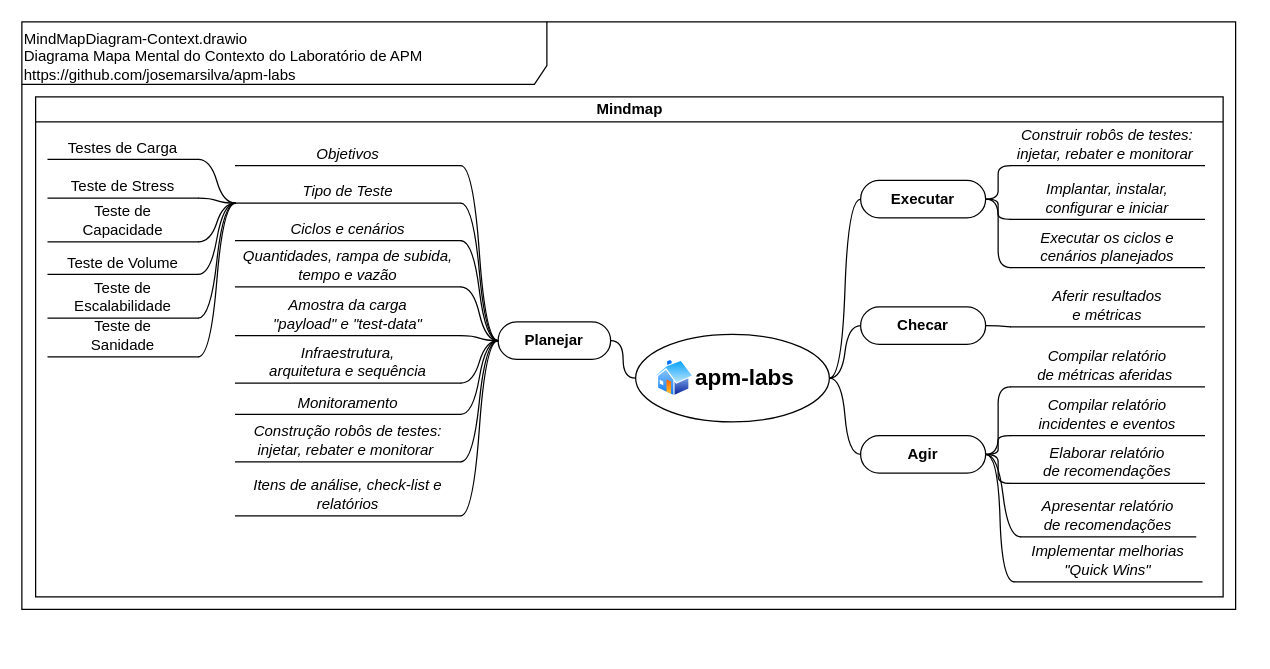
The draw.io diagram doc/MindMapDiagram-Context.drawio in josemarsilva/apm-labs, before the edit. Source tidied: cells renumbered, new cells numbered last; positions are measured from the earlier drawing's top-left corner, leaving out a move shared by most shapes. Both pictures are drawn from the tidied source at 125%, with x=0, y=0 at pixel (21, 21).
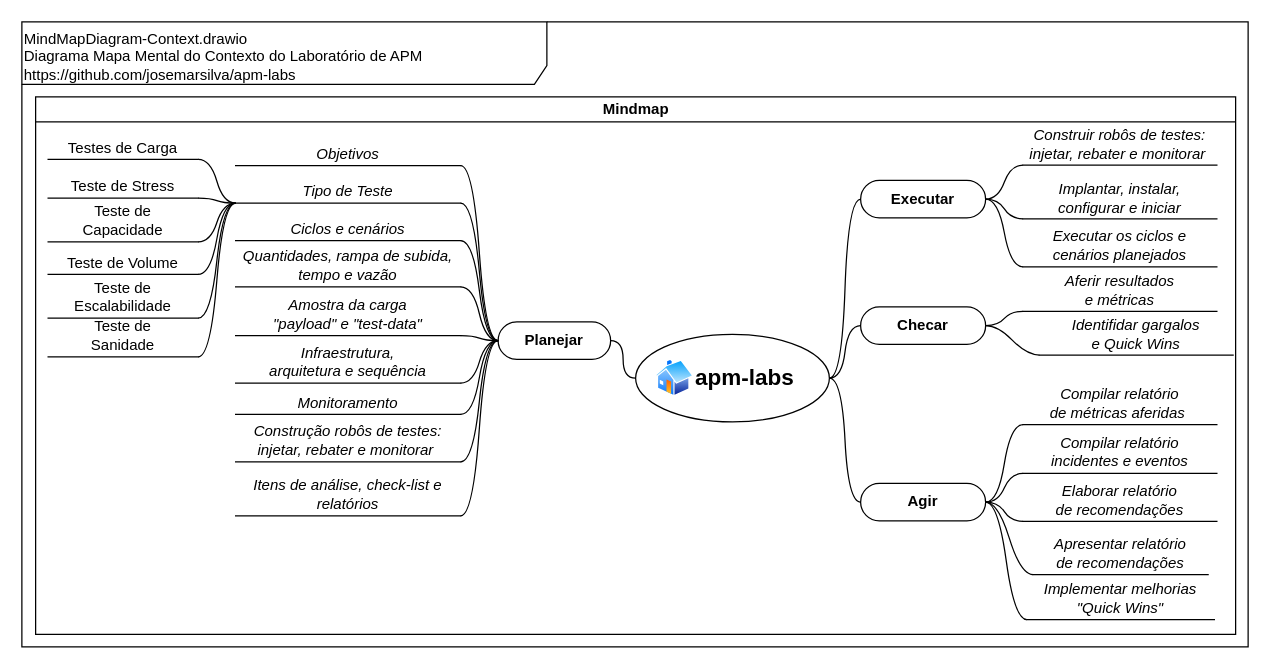
The same page after the edit.

The change refers to these unchanged cells:
```xml
<mxCell id="14" value="Checar" style="whiteSpace=wrap;html=1;rounded=1;arcSize=50;align=center;verticalAlign=middle;strokeWidth=1;spacing=4;newEdgeStyle={&quot;edgeStyle&quot;:&quot;entityRelationEdgeStyle&quot;,&quot;startArrow&quot;:&quot;none&quot;,&quot;endArrow&quot;:&quot;none&quot;,&quot;segment&quot;:10,&quot;curved&quot;:1};fontStyle=1;" parent="1" vertex="1">
  <mxGeometry x="671" y="228" width="100" height="30" as="geometry" />
</mxCell>
```

The edit, as a diff of the source:
```diff
@@
     <mxCell id="2" value="&lt;div&gt;&lt;/div&gt;MindMapDiagram-Context.drawio&lt;br&gt;Diagrama Mapa Mental do Contexto do Laboratório de APM&lt;br&gt;https://github.com/josemarsilva/apm-labs" style="shape=umlFrame;whiteSpace=wrap;html=1;width=420;height=50;verticalAlign=top;align=left;" parent="1" vertex="1">
-      <mxGeometry width="971" height="470" as="geometry" />
+      <mxGeometry width="981" height="500" as="geometry" />
     </mxCell>
     <mxCell id="3" value="Mindmap" style="swimlane;html=1;startSize=20;horizontal=1;containerType=tree;" parent="1" vertex="1">
-      <mxGeometry x="11" y="60" width="950" height="400" as="geometry" />
+      <mxGeometry x="11" y="60" width="960" height="430" as="geometry" />
     </mxCell>
@@
     <mxCell id="9" value="&lt;span style=&quot;font-style: italic&quot;&gt;Construir robôs de testes:&lt;/span&gt;&lt;br style=&quot;font-style: italic&quot;&gt;&lt;span style=&quot;font-style: italic&quot;&gt;injetar, rebater e monitorar&amp;nbsp;&lt;/span&gt;" style="whiteSpace=wrap;html=1;shape=partialRectangle;top=0;left=0;bottom=1;right=0;points=[[0,1],[1,1]];fillColor=none;align=center;verticalAlign=bottom;routingCenterY=0.5;snapToPoint=1;newEdgeStyle={&quot;edgeStyle&quot;:&quot;entityRelationEdgeStyle&quot;,&quot;startArrow&quot;:&quot;none&quot;,&quot;endArrow&quot;:&quot;none&quot;,&quot;segment&quot;:10,&quot;curved&quot;:1};" parent="1" vertex="1">
-      <mxGeometry x="791" y="85" width="155" height="30" as="geometry" />
+      <mxGeometry x="801" y="84.5" width="155" height="30" as="geometry" />
     </mxCell>
@@
     <mxCell id="15" value="Agir" style="whiteSpace=wrap;html=1;rounded=1;arcSize=50;align=center;verticalAlign=middle;strokeWidth=1;spacing=4;newEdgeStyle={&quot;edgeStyle&quot;:&quot;entityRelationEdgeStyle&quot;,&quot;startArrow&quot;:&quot;none&quot;,&quot;endArrow&quot;:&quot;none&quot;,&quot;segment&quot;:10,&quot;curved&quot;:1};fontStyle=1;" parent="1" vertex="1">
-      <mxGeometry x="671" y="331" width="100" height="30" as="geometry" />
+      <mxGeometry x="671" y="369.2" width="100" height="30" as="geometry" />
     </mxCell>
@@
     <mxCell id="31" value="Implantar, instalar,&lt;br&gt;configurar e iniciar" style="whiteSpace=wrap;html=1;shape=partialRectangle;top=0;left=0;bottom=1;right=0;points=[[0,1],[1,1]];fillColor=none;align=center;verticalAlign=bottom;routingCenterY=0.5;snapToPoint=1;newEdgeStyle={&quot;edgeStyle&quot;:&quot;entityRelationEdgeStyle&quot;,&quot;startArrow&quot;:&quot;none&quot;,&quot;endArrow&quot;:&quot;none&quot;,&quot;segment&quot;:10,&quot;curved&quot;:1};fontStyle=2;" parent="1" vertex="1">
-      <mxGeometry x="791" y="128" width="155" height="30" as="geometry" />
+      <mxGeometry x="801" y="127.5" width="155" height="30" as="geometry" />
     </mxCell>
@@
     <mxCell id="44" value="Compilar relatório &lt;br&gt;de métricas aferidas&amp;nbsp;" style="whiteSpace=wrap;html=1;shape=partialRectangle;top=0;left=0;bottom=1;right=0;points=[[0,1],[1,1]];fillColor=none;align=center;verticalAlign=bottom;routingCenterY=0.5;snapToPoint=1;newEdgeStyle={&quot;edgeStyle&quot;:&quot;entityRelationEdgeStyle&quot;,&quot;startArrow&quot;:&quot;none&quot;,&quot;endArrow&quot;:&quot;none&quot;,&quot;segment&quot;:10,&quot;curved&quot;:1};fontStyle=2;" parent="1" vertex="1">
-      <mxGeometry x="791" y="262" width="155" height="30" as="geometry" />
+      <mxGeometry x="801" y="292.2" width="155" height="30" as="geometry" />
     </mxCell>
@@
     <mxCell id="47" value="Elaborar relatório&lt;br&gt;de recomendações" style="whiteSpace=wrap;html=1;shape=partialRectangle;top=0;left=0;bottom=1;right=0;points=[[0,1],[1,1]];fillColor=none;align=center;verticalAlign=bottom;routingCenterY=0.5;snapToPoint=1;newEdgeStyle={&quot;edgeStyle&quot;:&quot;entityRelationEdgeStyle&quot;,&quot;startArrow&quot;:&quot;none&quot;,&quot;endArrow&quot;:&quot;none&quot;,&quot;segment&quot;:10,&quot;curved&quot;:1};fontStyle=2;" parent="1" vertex="1">
-      <mxGeometry x="791" y="339.2" width="155" height="30" as="geometry" />
+      <mxGeometry x="801" y="369.5" width="155" height="30" as="geometry" />
     </mxCell>
     <mxCell id="48" value="Compilar relatório &lt;br&gt;incidentes e eventos" style="whiteSpace=wrap;html=1;shape=partialRectangle;top=0;left=0;bottom=1;right=0;points=[[0,1],[1,1]];fillColor=none;align=center;verticalAlign=bottom;routingCenterY=0.5;snapToPoint=1;newEdgeStyle={&quot;edgeStyle&quot;:&quot;entityRelationEdgeStyle&quot;,&quot;startArrow&quot;:&quot;none&quot;,&quot;endArrow&quot;:&quot;none&quot;,&quot;segment&quot;:10,&quot;curved&quot;:1};fontStyle=2;" parent="1" vertex="1">
-      <mxGeometry x="791" y="301" width="155" height="30" as="geometry" />
+      <mxGeometry x="801" y="331.2" width="155" height="30" as="geometry" />
     </mxCell>
@@
     <mxCell id="50" value="Aferir resultados &lt;br&gt;e métricas" style="whiteSpace=wrap;html=1;shape=partialRectangle;top=0;left=0;bottom=1;right=0;points=[[0,1],[1,1]];fillColor=none;align=center;verticalAlign=bottom;routingCenterY=0.5;snapToPoint=1;newEdgeStyle={&quot;edgeStyle&quot;:&quot;entityRelationEdgeStyle&quot;,&quot;startArrow&quot;:&quot;none&quot;,&quot;endArrow&quot;:&quot;none&quot;,&quot;segment&quot;:10,&quot;curved&quot;:1};fontStyle=2;" parent="1" vertex="1">
-      <mxGeometry x="791" y="214" width="155" height="30" as="geometry" />
+      <mxGeometry x="801" y="201.5" width="155" height="30" as="geometry" />
     </mxCell>
@@
     <mxCell id="57" value="Executar os ciclos e cenários planejados" style="whiteSpace=wrap;html=1;shape=partialRectangle;top=0;left=0;bottom=1;right=0;points=[[0,1],[1,1]];fillColor=none;align=center;verticalAlign=bottom;routingCenterY=0.5;snapToPoint=1;newEdgeStyle={&quot;edgeStyle&quot;:&quot;entityRelationEdgeStyle&quot;,&quot;startArrow&quot;:&quot;none&quot;,&quot;endArrow&quot;:&quot;none&quot;,&quot;segment&quot;:10,&quot;curved&quot;:1};fontStyle=2;" parent="1" vertex="1">
-      <mxGeometry x="791" y="176.5" width="155" height="20" as="geometry" />
+      <mxGeometry x="801" y="176" width="155" height="20" as="geometry" />
     </mxCell>
     <mxCell id="58" value="Apresentar relatório&lt;br&gt;de recomendações" style="whiteSpace=wrap;html=1;shape=partialRectangle;top=0;left=0;bottom=1;right=0;points=[[0,1],[1,1]];fillColor=none;align=center;verticalAlign=bottom;routingCenterY=0.5;snapToPoint=1;newEdgeStyle={&quot;edgeStyle&quot;:&quot;entityRelationEdgeStyle&quot;,&quot;startArrow&quot;:&quot;none&quot;,&quot;endArrow&quot;:&quot;none&quot;,&quot;segment&quot;:10,&quot;curved&quot;:1};fontStyle=2;" parent="1" vertex="1">
-      <mxGeometry x="799" y="382" width="140" height="30" as="geometry" />
+      <mxGeometry x="809" y="412.2" width="140" height="30" as="geometry" />
     </mxCell>
@@
     <mxCell id="60" value="Implementar melhorias&lt;br&gt;&quot;Quick Wins&quot;" style="whiteSpace=wrap;html=1;shape=partialRectangle;top=0;left=0;bottom=1;right=0;points=[[0,1],[1,1]];fillColor=none;align=center;verticalAlign=bottom;routingCenterY=0.5;snapToPoint=1;newEdgeStyle={&quot;edgeStyle&quot;:&quot;entityRelationEdgeStyle&quot;,&quot;startArrow&quot;:&quot;none&quot;,&quot;endArrow&quot;:&quot;none&quot;,&quot;segment&quot;:10,&quot;curved&quot;:1};fontStyle=2;" parent="1" vertex="1">
-      <mxGeometry x="794" y="418" width="150" height="30" as="geometry" />
+      <mxGeometry x="804" y="448.2" width="150" height="30" as="geometry" />
     </mxCell>
@@
+    <mxCell id="62" value="Identifidar gargalos&lt;br&gt;e&amp;nbsp;Quick Wins" style="whiteSpace=wrap;html=1;shape=partialRectangle;top=0;left=0;bottom=1;right=0;points=[[0,1],[1,1]];fillColor=none;align=center;verticalAlign=bottom;routingCenterY=0.5;snapToPoint=1;newEdgeStyle={&quot;edgeStyle&quot;:&quot;entityRelationEdgeStyle&quot;,&quot;startArrow&quot;:&quot;none&quot;,&quot;endArrow&quot;:&quot;none&quot;,&quot;segment&quot;:10,&quot;curved&quot;:1};fontStyle=2;" parent="1" vertex="1">
+      <mxGeometry x="814" y="236.5" width="155" height="30" as="geometry" />
+    </mxCell>
+    <mxCell id="63" style="edgeStyle=entityRelationEdgeStyle;startArrow=none;endArrow=none;segment=10;curved=1;entryX=0;entryY=1;entryDx=0;entryDy=0;exitX=1;exitY=0.5;exitDx=0;exitDy=0;" parent="1" edge="1" source="14" target="62">
+      <mxGeometry relative="1" as="geometry" />
+    </mxCell>
```
